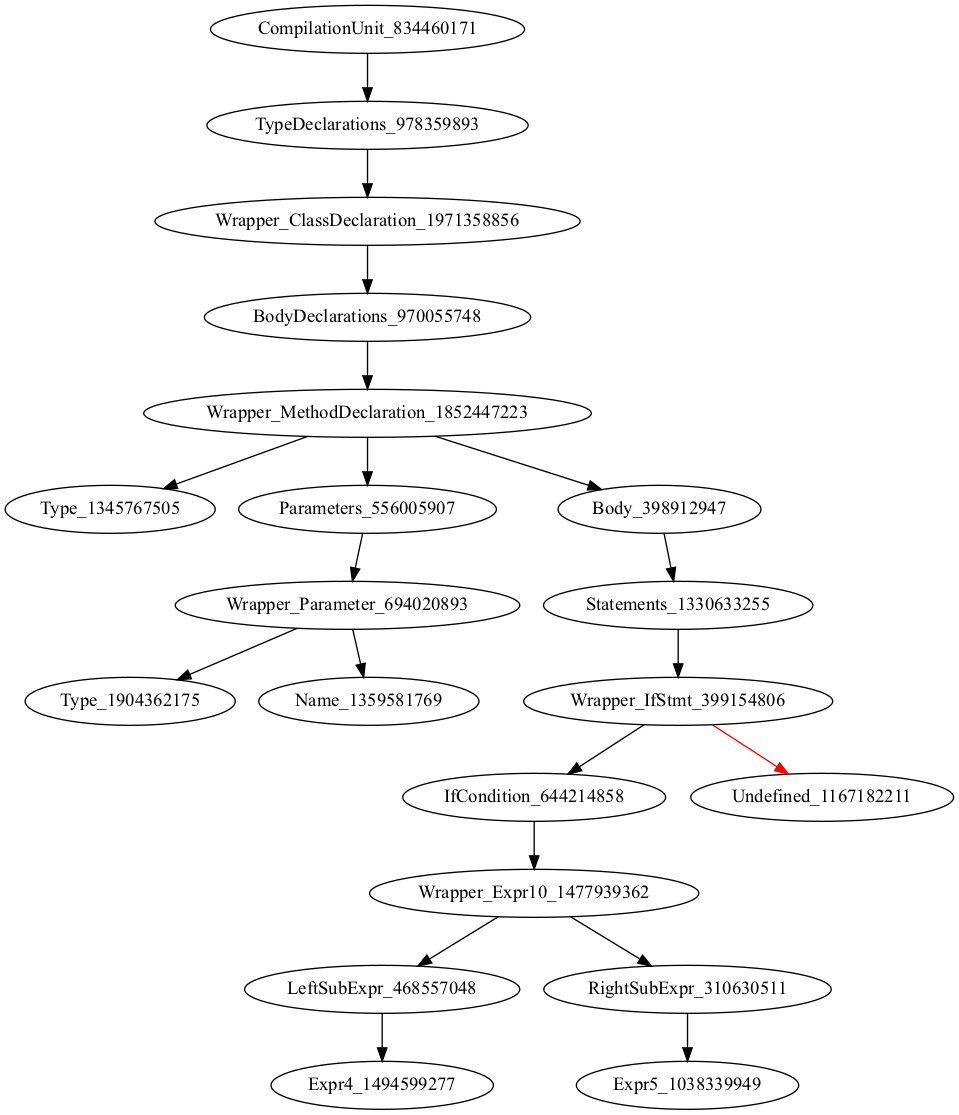
Earlier version of the Graphviz export holeAST.png (icse2023material/VoiceJava). Its source is kept beside it as holeAST.dot.
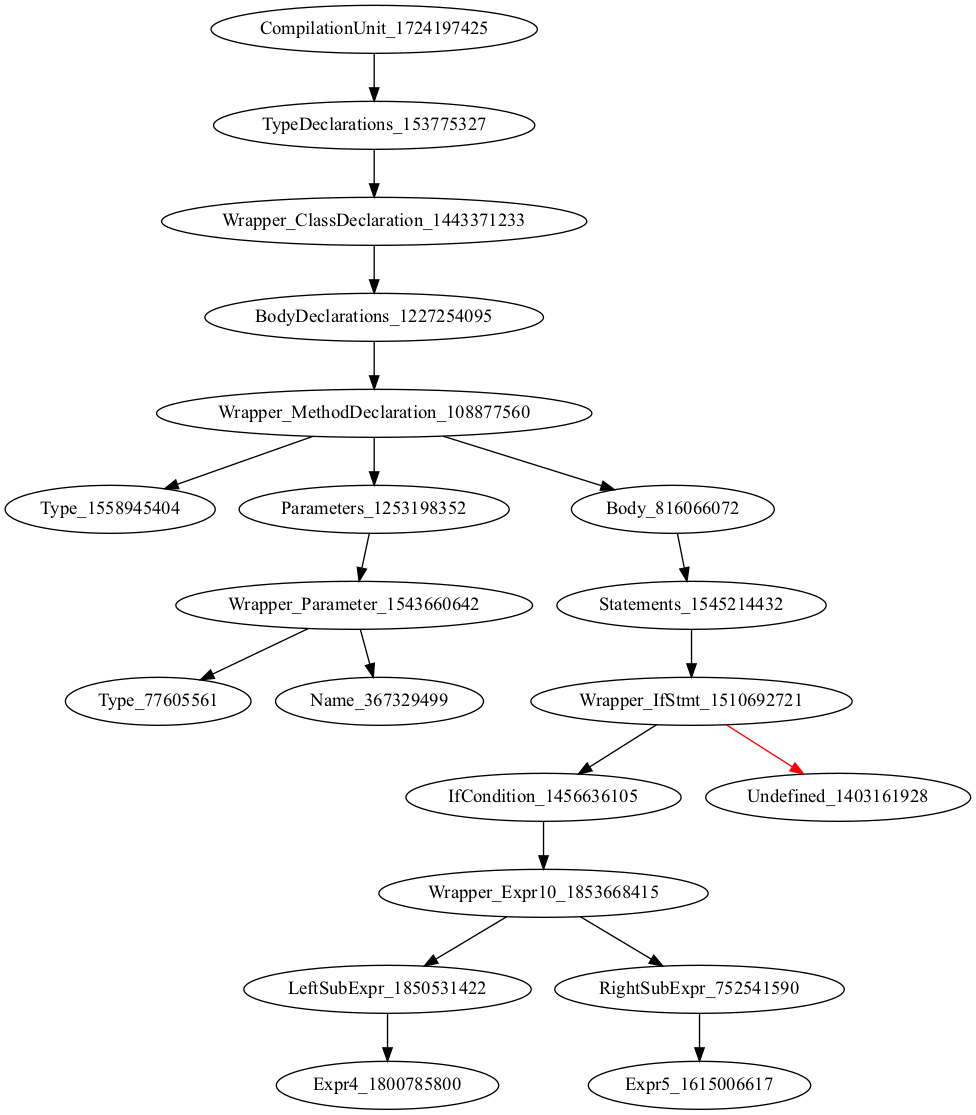
After the commit.

Commit message:
[add] type pattern 增加: Name<?>和Name<>两种情况

What changed in the source:
```diff
@@ -1,21 +1,21 @@
 digraph {
-CompilationUnit_834460171 -> TypeDeclarations_978359893
-TypeDeclarations_978359893 -> Wrapper_ClassDeclaration_1971358856
-Wrapper_ClassDeclaration_1971358856 -> BodyDeclarations_970055748
-BodyDeclarations_970055748 -> Wrapper_MethodDeclaration_1852447223
-Wrapper_MethodDeclaration_1852447223 -> Type_1345767505
-Wrapper_MethodDeclaration_1852447223 -> Parameters_556005907
-Wrapper_MethodDeclaration_1852447223 -> Body_398912947
-Parameters_556005907 -> Wrapper_Parameter_694020893
-Body_398912947 -> Statements_1330633255
-Wrapper_Parameter_694020893 -> Type_1904362175
-Wrapper_Parameter_694020893 -> Name_1359581769
-Statements_1330633255 -> Wrapper_IfStmt_399154806
-Wrapper_IfStmt_399154806 -> IfCondition_644214858
-Wrapper_IfStmt_399154806 -> Undefined_1167182211 [color = red]
-IfCondition_644214858 -> Wrapper_Expr10_1477939362
-Wrapper_Expr10_1477939362 -> LeftSubExpr_468557048
-Wrapper_Expr10_1477939362 -> RightSubExpr_310630511
-LeftSubExpr_468557048 -> Expr4_1494599277
-RightSubExpr_310630511 -> Expr5_1038339949
+CompilationUnit_1724197425 -> TypeDeclarations_153775327
+TypeDeclarations_153775327 -> Wrapper_ClassDeclaration_1443371233
+Wrapper_ClassDeclaration_1443371233 -> BodyDeclarations_1227254095
+BodyDeclarations_1227254095 -> Wrapper_MethodDeclaration_108877560
+Wrapper_MethodDeclaration_108877560 -> Type_1558945404
+Wrapper_MethodDeclaration_108877560 -> Parameters_1253198352
+Wrapper_MethodDeclaration_108877560 -> Body_816066072
+Parameters_1253198352 -> Wrapper_Parameter_1543660642
+Body_816066072 -> Statements_1545214432
+Wrapper_Parameter_1543660642 -> Type_77605561
+Wrapper_Parameter_1543660642 -> Name_367329499
+Statements_1545214432 -> Wrapper_IfStmt_1510692721
+Wrapper_IfStmt_1510692721 -> IfCondition_1456636105
+Wrapper_IfStmt_1510692721 -> Undefined_1403161928 [color = red]
+IfCondition_1456636105 -> Wrapper_Expr10_1853668415
+Wrapper_Expr10_1853668415 -> LeftSubExpr_1850531422
+Wrapper_Expr10_1853668415 -> RightSubExpr_752541590
+LeftSubExpr_1850531422 -> Expr4_1800785800
+RightSubExpr_752541590 -> Expr5_1615006617
 }
```
